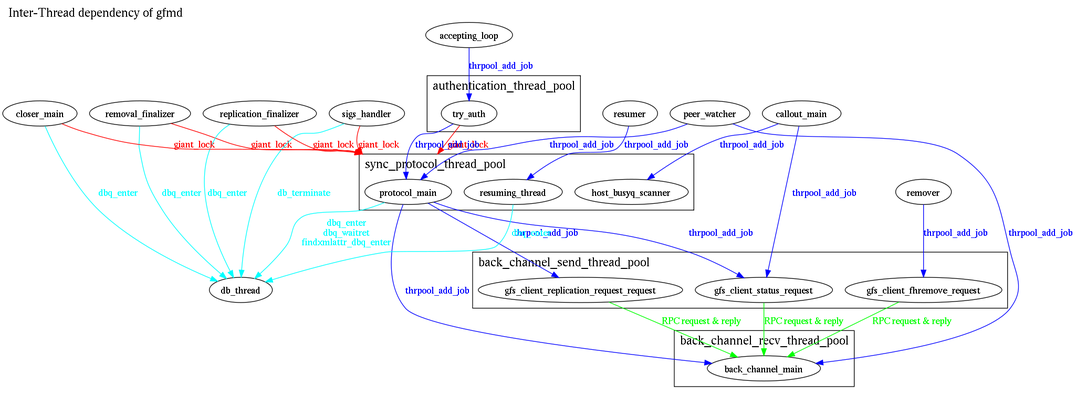
oss-tsukuba/gfarm keeps this Graphviz diagram as doc/internal/chart/gfmd-thread-dependency.png. Above is the earlier version. Its source is kept beside it as doc/internal/chart/gfmd-thread-dependency.dot.
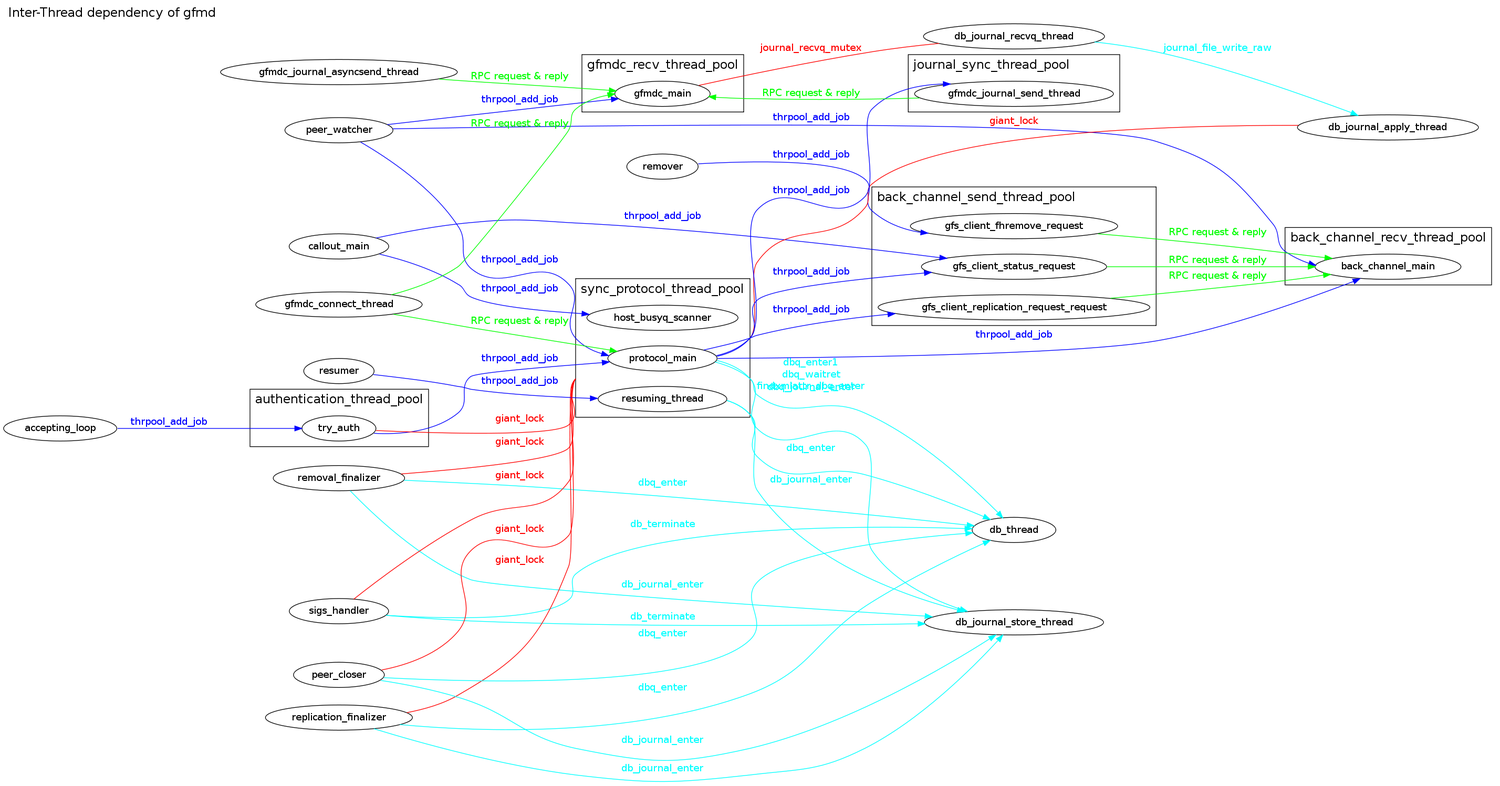
Above is the later version.

Commit message:
update gfmd-thread-dependency chart.

What changed in the source:
```diff
@@ -1,4 +1,9 @@
 digraph threads {
+
+  nodesep=.3;
+  rankdir=LR;
+  aspect=10;
+
   graph [label = "Inter-Thread dependency of gfmd",
 	labelloc = t, labeljust = l, fontsize = 18,
 	compound = true];
@@ -15,21 +20,40 @@
 
 
   db_thread;
+  db_journal_store_thread;
+  db_journal_apply_thread;
+  db_journal_recvq_thread;
+  gfmdc_journal_asyncsend_thread;
+  gfmdc_connect_thread;
 
   protocol_main -> db_thread
-	[label = "dbq_enter\ndbq_waitret\nfindxmlattr_dbq_enter",
+	[label = "dbq_enter1\ndbq_waitret\nfindxmlattr_dbq_enter",
+	 fontcolor = cyan, color = cyan ];
+  protocol_main -> db_journal_store_thread
+	[label = "dbq_journal_enter",
 	 fontcolor = cyan, color = cyan ];
   resuming_thread -> db_thread
 	[label = "dbq_enter", fontcolor = cyan, color = cyan ];
+  resuming_thread -> db_journal_store_thread
+	[label = "db_journal_enter", fontcolor = cyan, color = cyan ];
   replication_finalizer -> db_thread
 	[label = "dbq_enter", fontcolor = cyan, color = cyan ];
+  replication_finalizer -> db_journal_store_thread
+	[label = "db_journal_enter", fontcolor = cyan, color = cyan ];
+  removal_finalizer -> db_journal_store_thread
+	[label = "db_journal_enter", fontcolor = cyan, color = cyan ];
   removal_finalizer -> db_thread
 	[label = "dbq_enter", fontcolor = cyan, color = cyan ];
   peer_closer -> db_thread
 	[label = "dbq_enter", fontcolor = cyan, color = cyan ];
+  peer_closer -> db_journal_store_thread
+	[label = "db_journal_enter", fontcolor = cyan, color = cyan ];
   sigs_handler -> db_thread
 	[label = "db_terminate", fontcolor = cyan, color = cyan ];
-
+  sigs_handler -> db_journal_store_thread
+	[label = "db_terminate", fontcolor = cyan, color = cyan ];
+  db_journal_recvq_thread -> db_journal_apply_thread
+	[label = "journal_file_write_raw", fontcolor = cyan, color = cyan ];
 
   subgraph cluster0 {
     label = "authentication_thread_pool";
@@ -49,6 +73,32 @@
     resuming_thread;
   }
 
+  subgraph cluster2 {
+    label = "back_channel_send_thread_pool";
+
+    gfs_client_status_request;
+    gfs_client_fhremove_request;
+    gfs_client_replication_request_request;
+  }
+
+  subgraph cluster3 {
+    label = "back_channel_recv_thread_pool";
+
+    back_channel_main;
+  }
+
+  subgraph cluster4 {
+    label = "gfmdc_recv_thread_pool";
+
+    gfmdc_main;
+  }
+
+  subgraph cluster5 {
+    label = "journal_sync_thread_pool";
+
+    gfmdc_journal_send_thread;
+  }
+
   callout_main -> host_busyq_scanner
 	[label = "thrpool_add_job", fontcolor = blue, color = blue];
   try_auth -> protocol_main
@@ -60,28 +110,25 @@
 
   try_auth -> protocol_main
 	[label = "giant_lock", fontcolor = red, color = red,
-	lhead=cluster1];
+	lhead = cluster1, dir = none];
   replication_finalizer -> protocol_main
 	[label = "giant_lock", fontcolor = red, color = red,
-	lhead=cluster1];
+	lhead = cluster1, dir = none];
   removal_finalizer -> protocol_main
 	[label = "giant_lock", fontcolor = red, color = red,
-	lhead=cluster1];
+	lhead=cluster1, dir = none];
   peer_closer -> protocol_main
 	[label = "giant_lock", fontcolor = red, color = red,
-	lhead=cluster1];
+	lhead = cluster1, dir = none];
   sigs_handler -> protocol_main
 	[label = "giant_lock", fontcolor = red, color = red,
-	lhead=cluster1];
-
-
-  subgraph cluster2 {
-    label = "back_channel_send_thread_pool";
-
-    gfs_client_status_request;
-    gfs_client_fhremove_request;
-    gfs_client_replication_request_request;
-  }
+	lhead = cluster1, dir = none];
+  db_journal_apply_thread -> protocol_main
+	[label = "giant_lock", fontcolor = red, color = red,
+	lhead = cluster1, dir = none];
+  gfmdc_main -> db_journal_recvq_thread
+	[label = "journal_recvq_mutex", fontcolor = red, color = red,
+	dir = none];
 
   protocol_main -> gfs_client_replication_request_request
 	[label = "thrpool_add_job", fontcolor = blue, color = blue];
@@ -92,16 +139,13 @@
   remover -> gfs_client_fhremove_request
 	[label = "thrpool_add_job", fontcolor = blue, color = blue];
 
-
-  subgraph cluster3 {
-    label = "back_channel_recv_thread_pool";
-
-    back_channel_main;
-  }
-
   protocol_main -> back_channel_main
 	[label = "thrpool_add_job", fontcolor = blue, color = blue];
+  protocol_main -> gfmdc_journal_send_thread
+	[label = "thrpool_add_job", fontcolor = blue, color = blue];
   peer_watcher -> back_channel_main
+	[label = "thrpool_add_job", fontcolor = blue, color = blue];
+  peer_watcher -> gfmdc_main
 	[label = "thrpool_add_job", fontcolor = blue, color = blue];
   gfs_client_status_request -> back_channel_main
 	[label = "RPC request & reply", fontcolor = green, color = green];
@@ -109,4 +153,12 @@
 	[label = "RPC request & reply", fontcolor = green, color = green];
   gfs_client_replication_request_request -> back_channel_main
 	[label = "RPC request & reply", fontcolor = green, color = green];
+  gfmdc_journal_send_thread -> gfmdc_main
+	[label = "RPC request & reply", fontcolor = green, color = green];
+  gfmdc_connect_thread -> gfmdc_main
+	[label = "RPC request & reply", fontcolor = green, color = green];
+  gfmdc_connect_thread -> protocol_main
+	[label = "RPC request & reply", fontcolor = green, color = green];
+  gfmdc_journal_asyncsend_thread -> gfmdc_main
+	[label = "RPC request & reply", fontcolor = green, color = green];
 }
```
